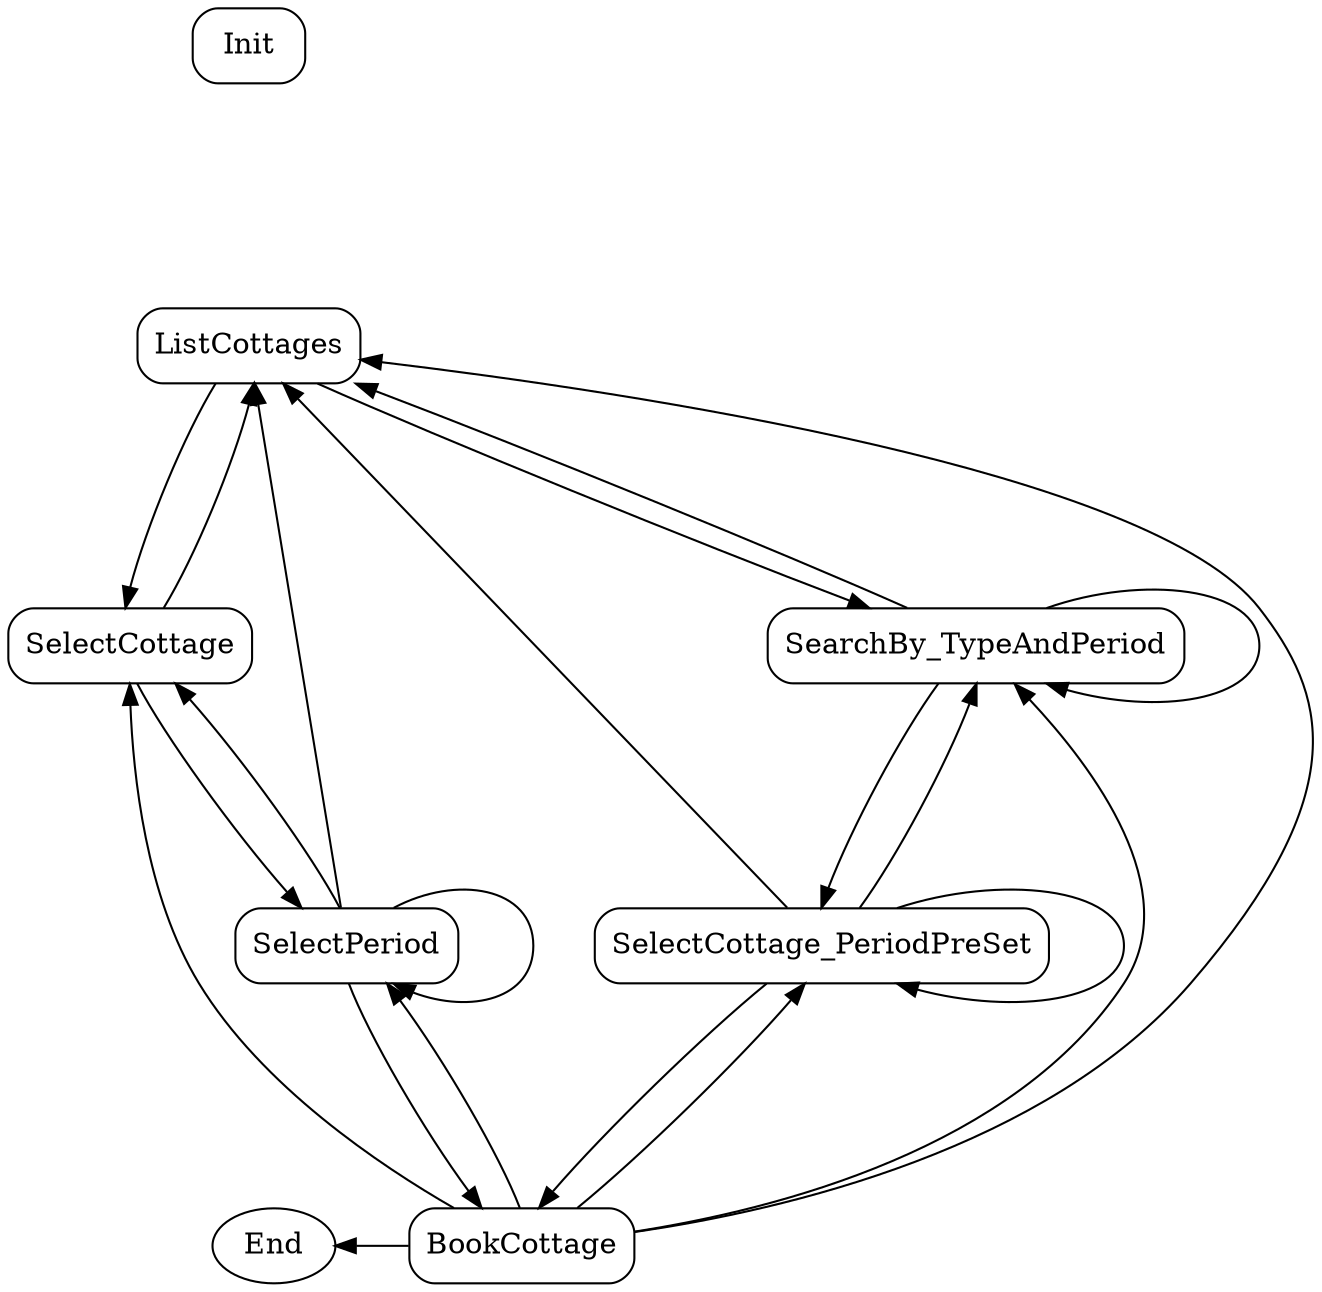
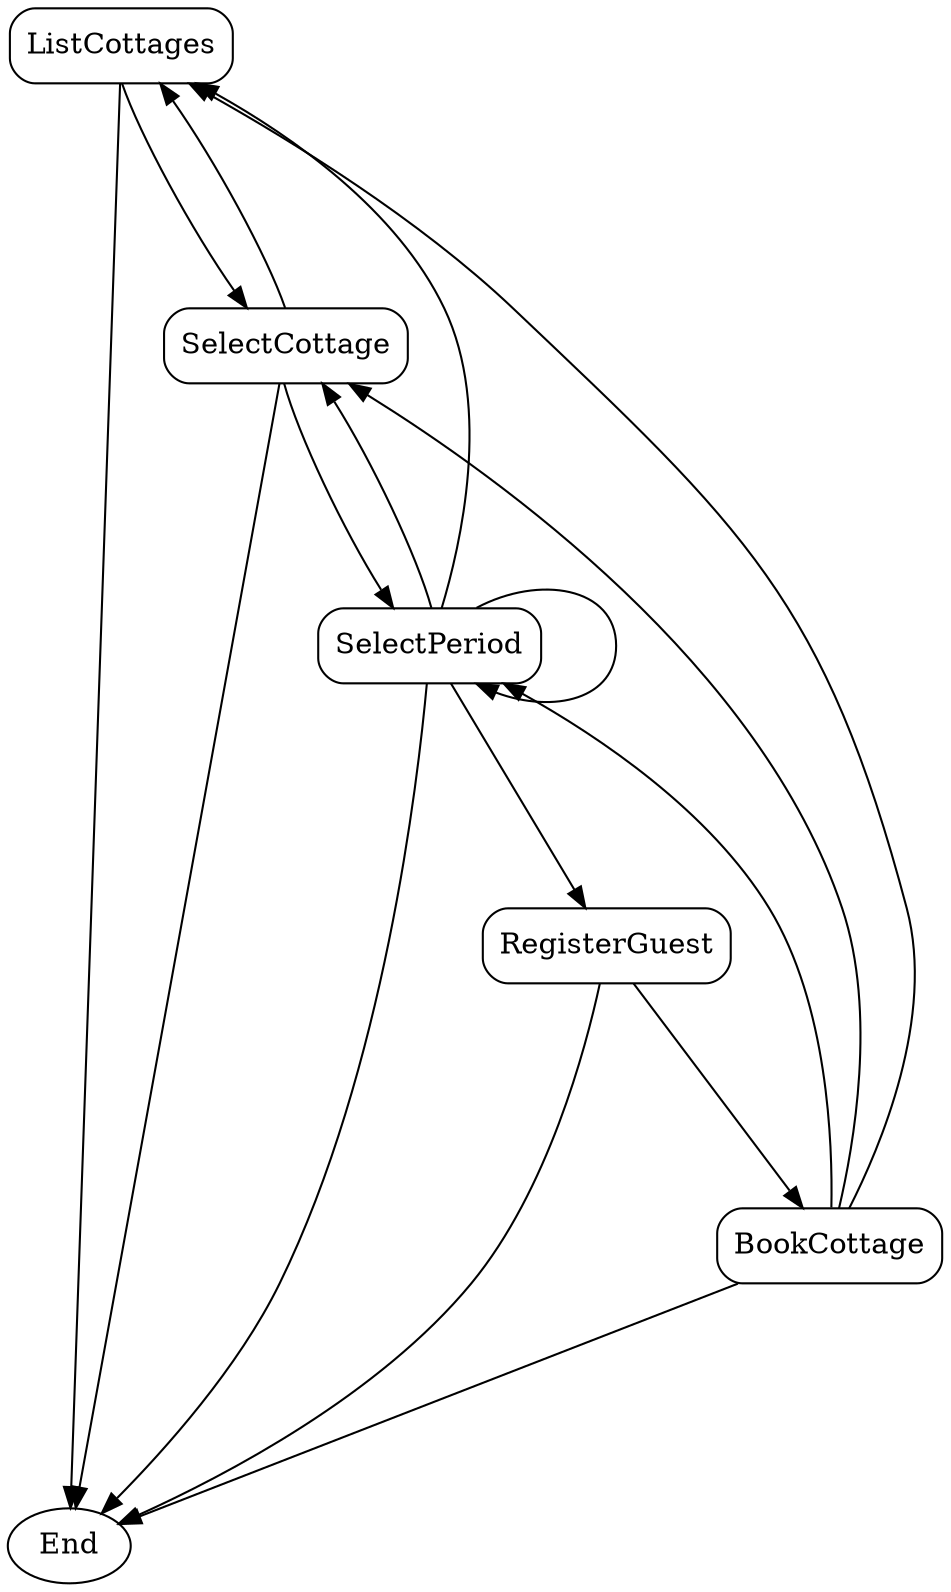
digraph booking {
    rankdir=TB;
    nodesep=0.5;
    ranksep=1.5;

    node [shape=box, style=rounded]
    End [shape=oval]

    ListCottages
    SelectCottage
    SelectPeriod
-     SearchBy_TypeAndPeriod
-     SelectCottage_PeriodPreSet
+     RegisterGuest
+     BookCottage

- 
-     ListCottages -> SelectCottage [weight=0.45]
-     ListCottages -> SearchBy_TypeAndPeriod [weight=0.55]
+     ListCottages -> SelectCottage [weight=0.80]
+     ListCottages -> End [weight=0.20]

    SelectCottage -> SelectPeriod [weight=0.60]
-     SelectCottage -> ListCottages [weight=0.40]
+     SelectCottage -> ListCottages [weight=0.30]
+     SelectCottage -> End [weight=0.10]

    SelectPeriod -> SelectPeriod [weight=0.30]
    SelectPeriod -> SelectCottage [weight=0.20]
-     SelectPeriod -> ListCottages [weight=0.10]
-     SelectPeriod -> BookCottage [weight=0.40]
+     SelectPeriod -> ListCottages [weight=0.05]
+     SelectPeriod -> RegisterGuest [weight=0.40]
+     SelectPeriod -> End [weight=0.05]

-     SearchBy_TypeAndPeriod -> ListCottages [weight=0.20]
-     SearchBy_TypeAndPeriod -> SearchBy_TypeAndPeriod [weight=0.30]
-     SearchBy_TypeAndPeriod -> SelectCottage_PeriodPreSet [weight=0.50]
- 
-     SelectCottage_PeriodPreSet -> SelectCottage_PeriodPreSet [weight=0.15]
-     SelectCottage_PeriodPreSet -> SearchBy_TypeAndPeriod [weight=0.25]
-     SelectCottage_PeriodPreSet -> ListCottages [weight=0.10]
-     SelectCottage_PeriodPreSet -> BookCottage [weight=0.50]
+     RegisterGuest -> BookCottage [weight=0.90]
+     RegisterGuest -> End [weight=0.10]

    BookCottage -> SelectPeriod [weight=0.05]
    BookCottage -> SelectCottage [weight=0.05]
    BookCottage -> ListCottages [weight=0.05]
-     BookCottage -> SearchBy_TypeAndPeriod [weight=0.05]
-     BookCottage -> SelectCottage_PeriodPreSet [weight=0.05]
-     BookCottage -> End [weight=0.75]
- 
-     { rank=source; Init }
-     { rank=sink; BookCottage }
-     { rank=sink; End }
- }
+     BookCottage -> End [weight=0.85]
+ }